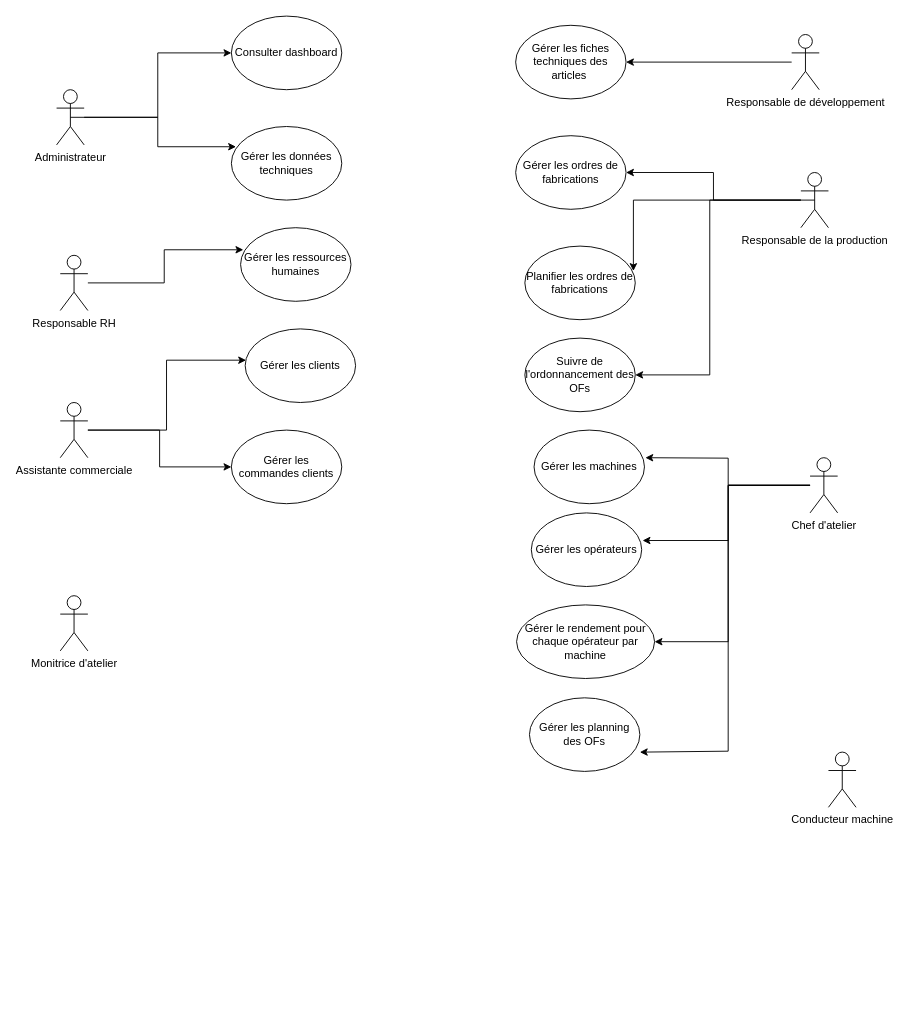
AbdelazizBs/GPAO-SpringApp keeps this draw.io diagram as Diagramme_CasUtilisation.drawio. Above is the earlier version. Source tidied: cells renumbered, new cells numbered last; positions are measured from the earlier drawing's top-left corner, leaving out a move shared by most shapes. Both pictures are drawn from the tidied source at 92%, with x=0, y=0 at pixel (56, 16).
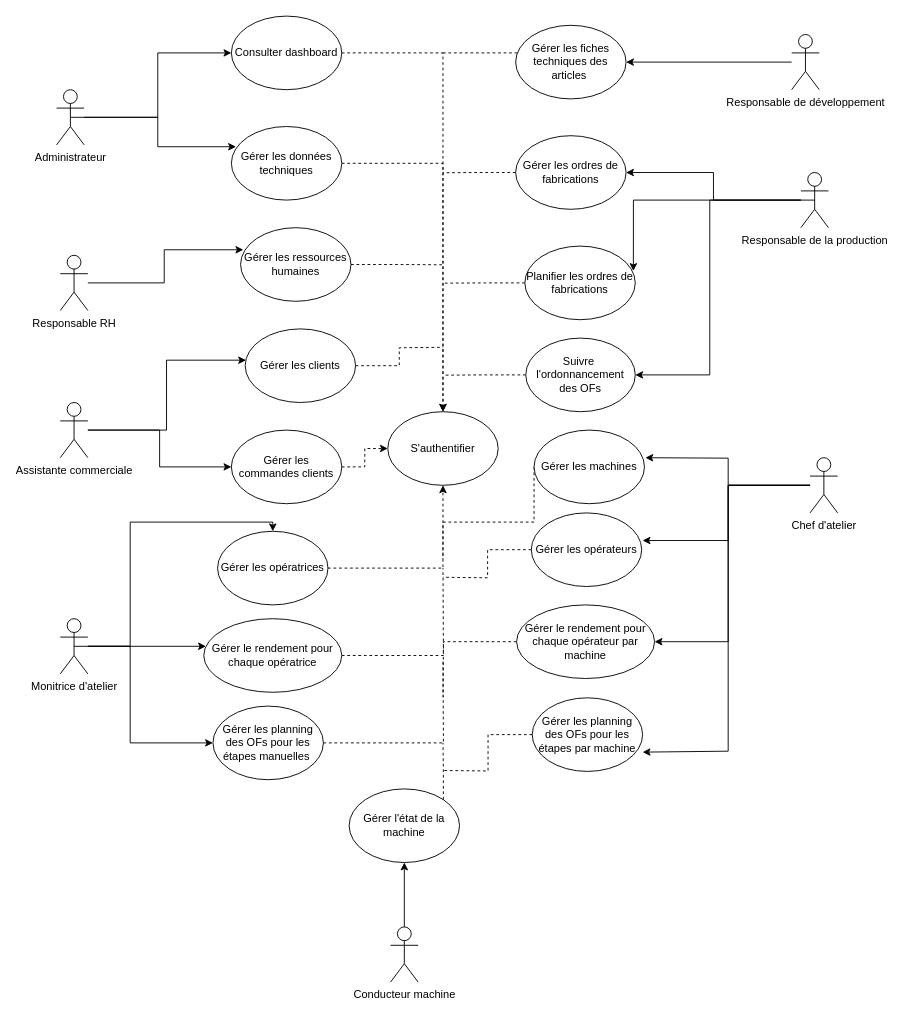
The same page after the edit.

Commit message (it also covers changes not shown here):
Mettre à jour Diagramme_CasUtilisation.drawio

Unchanged cells that the change refers to:
```xml
<mxCell id="20" value="Consulter dashboard" style="ellipse;whiteSpace=wrap;html=1;" parent="1" vertex="1">
  <mxGeometry x="190" width="120" height="80" as="geometry" />
</mxCell>
<mxCell id="24" value="Gérer les données techniques" style="ellipse;whiteSpace=wrap;html=1;" parent="1" vertex="1">
  <mxGeometry x="190" y="120" width="120" height="80" as="geometry" />
</mxCell>
<mxCell id="25" value="Gérer les ressources humaines" style="ellipse;whiteSpace=wrap;html=1;" parent="1" vertex="1">
  <mxGeometry x="200" y="230" width="120" height="80" as="geometry" />
</mxCell>
<mxCell id="26" value="Gérer les clients" style="ellipse;whiteSpace=wrap;html=1;" parent="1" vertex="1">
  <mxGeometry x="205" y="340" width="120" height="80" as="geometry" />
</mxCell>
<mxCell id="27" value="Gérer les commandes clients" style="ellipse;whiteSpace=wrap;html=1;" parent="1" vertex="1">
  <mxGeometry x="190" y="450" width="120" height="80" as="geometry" />
</mxCell>
<mxCell id="28" value="Gérer les fiches techniques des articles&amp;nbsp;" style="ellipse;whiteSpace=wrap;html=1;" parent="1" vertex="1">
  <mxGeometry x="499" y="10" width="120" height="80" as="geometry" />
</mxCell>
<mxCell id="29" value="Gérer les ordres de fabrications" style="ellipse;whiteSpace=wrap;html=1;" parent="1" vertex="1">
  <mxGeometry x="499" y="130" width="120" height="80" as="geometry" />
</mxCell>
<mxCell id="30" value="Planifier les ordres de fabrications" style="ellipse;whiteSpace=wrap;html=1;" parent="1" vertex="1">
  <mxGeometry x="509" y="250" width="120" height="80" as="geometry" />
</mxCell>
<mxCell id="32" value="Gérer les machines" style="ellipse;whiteSpace=wrap;html=1;" parent="1" vertex="1">
  <mxGeometry x="519" y="450" width="120" height="80" as="geometry" />
</mxCell>
<mxCell id="34" value="Gérer les opérateurs" style="ellipse;whiteSpace=wrap;html=1;" parent="1" vertex="1">
  <mxGeometry x="516" y="540" width="120" height="80" as="geometry" />
</mxCell>
<mxCell id="35" value="Gérer le rendement pour chaque opérateur par machine" style="ellipse;whiteSpace=wrap;html=1;" parent="1" vertex="1">
  <mxGeometry x="500" y="640" width="150" height="80" as="geometry" />
</mxCell>
```

Change to the diagram source:
```diff
@@
+    <mxCell id="36" style="edgeStyle=orthogonalEdgeStyle;rounded=0;jettySize=auto;html=1;entryX=0.5;entryY=1;entryDx=0;entryDy=0;" parent="1" edge="1" source="18" target="54">
+      <mxGeometry relative="1" as="geometry" />
+    </mxCell>
     <mxCell id="18" value="Conducteur machine" style="shape=umlActor;verticalLabelPosition=bottom;verticalAlign=top;html=1;outlineConnect=0;" parent="1" vertex="1">
-      <mxGeometry x="839" y="800" width="30" height="60" as="geometry" />
+      <mxGeometry x="363" y="990" width="30" height="60" as="geometry" />
     </mxCell>
+    <mxCell id="37" style="edgeStyle=orthogonalEdgeStyle;rounded=0;jettySize=auto;html=1;" parent="1" edge="1" source="19" target="56">
+      <mxGeometry relative="1" as="geometry">
+        <Array as="points">
+          <mxPoint x="80" y="685" />
+          <mxPoint x="80" y="550" />
+          <mxPoint x="235" y="550" />
+        </Array>
+      </mxGeometry>
+    </mxCell>
+    <mxCell id="38" style="edgeStyle=orthogonalEdgeStyle;rounded=0;jettySize=auto;html=1;exitX=0.5;exitY=0.5;exitDx=0;exitDy=0;exitPerimeter=0;" parent="1" edge="1" source="19" target="60">
+      <mxGeometry relative="1" as="geometry">
+        <Array as="points">
+          <mxPoint x="120" y="685" />
+          <mxPoint x="120" y="685" />
+        </Array>
+      </mxGeometry>
+    </mxCell>
+    <mxCell id="39" style="edgeStyle=orthogonalEdgeStyle;rounded=0;jettySize=auto;html=1;entryX=0;entryY=0.5;entryDx=0;entryDy=0;" parent="1" edge="1" source="19" target="58">
+      <mxGeometry relative="1" as="geometry">
+        <Array as="points">
+          <mxPoint x="80" y="685" />
+          <mxPoint x="80" y="790" />
+        </Array>
+      </mxGeometry>
+    </mxCell>
     <mxCell id="19" value="Monitrice d'atelier" style="shape=umlActor;verticalLabelPosition=bottom;verticalAlign=top;html=1;outlineConnect=0;" parent="1" vertex="1">
-      <mxGeometry x="4" y="630" width="30" height="60" as="geometry" />
+      <mxGeometry x="4" y="655" width="30" height="60" as="geometry" />
     </mxCell>
+    <mxCell id="40" style="edgeStyle=orthogonalEdgeStyle;rounded=0;jettySize=auto;html=1;dashed=1;" parent="1" edge="1" source="20" target="61">
+      <mxGeometry relative="1" as="geometry" />
+    </mxCell>
@@
+    <mxCell id="41" style="edgeStyle=orthogonalEdgeStyle;rounded=0;jettySize=auto;html=1;dashed=1;entryX=0.5;entryY=0;entryDx=0;entryDy=0;" parent="1" edge="1" source="24" target="61">
+      <mxGeometry relative="1" as="geometry" />
+    </mxCell>
@@
+    <mxCell id="42" style="edgeStyle=orthogonalEdgeStyle;jettySize=auto;html=1;exitX=1;exitY=0.5;exitDx=0;exitDy=0;dashed=1;strokeColor=default;rounded=0;endArrow=none;endFill=0;" parent="1" edge="1" source="25">
+      <mxGeometry relative="1" as="geometry">
+        <mxPoint x="420" y="270.3" as="targetPoint" />
+      </mxGeometry>
+    </mxCell>
@@
+    <mxCell id="43" style="edgeStyle=orthogonalEdgeStyle;rounded=0;jettySize=auto;html=1;exitX=1;exitY=0.5;exitDx=0;exitDy=0;dashed=1;strokeColor=default;endArrow=none;endFill=0;" parent="1" edge="1" source="26">
+      <mxGeometry relative="1" as="geometry">
+        <mxPoint x="420" y="360" as="targetPoint" />
+      </mxGeometry>
+    </mxCell>
@@
+    <mxCell id="44" style="edgeStyle=orthogonalEdgeStyle;rounded=0;jettySize=auto;html=1;entryX=0;entryY=0.5;entryDx=0;entryDy=0;dashed=1;strokeColor=default;endArrow=classic;endFill=1;" parent="1" edge="1" source="27" target="61">
+      <mxGeometry relative="1" as="geometry" />
+    </mxCell>
@@
+    <mxCell id="45" style="edgeStyle=orthogonalEdgeStyle;rounded=0;jettySize=auto;html=1;dashed=1;strokeColor=default;endArrow=none;endFill=0;" parent="1" edge="1" source="28">
+      <mxGeometry relative="1" as="geometry">
+        <mxPoint x="420" y="40" as="targetPoint" />
+        <Array as="points">
+          <mxPoint x="480" y="40" />
+          <mxPoint x="480" y="40" />
+        </Array>
+      </mxGeometry>
+    </mxCell>
@@
+    <mxCell id="46" style="edgeStyle=orthogonalEdgeStyle;rounded=0;jettySize=auto;html=1;exitX=0;exitY=0.5;exitDx=0;exitDy=0;dashed=1;strokeColor=default;endArrow=none;endFill=0;" parent="1" edge="1" source="29">
+      <mxGeometry relative="1" as="geometry">
+        <mxPoint x="420" y="170.3" as="targetPoint" />
+      </mxGeometry>
+    </mxCell>
@@
+    <mxCell id="47" style="edgeStyle=orthogonalEdgeStyle;rounded=0;jettySize=auto;html=1;exitX=0;exitY=0.5;exitDx=0;exitDy=0;dashed=1;strokeColor=default;endArrow=none;endFill=0;" parent="1" edge="1" source="30">
+      <mxGeometry relative="1" as="geometry">
+        <mxPoint x="420" y="290.3" as="targetPoint" />
+      </mxGeometry>
+    </mxCell>
@@
+    <mxCell id="48" style="edgeStyle=orthogonalEdgeStyle;rounded=0;jettySize=auto;html=1;exitX=0;exitY=0.5;exitDx=0;exitDy=0;dashed=1;strokeColor=default;endArrow=none;endFill=0;" parent="1" edge="1" source="31">
+      <mxGeometry relative="1" as="geometry">
+        <mxPoint x="420" y="390.3" as="targetPoint" />
+      </mxGeometry>
+    </mxCell>
-    <mxCell id="31" value="Suivre de l'ordonnancement des OFs" style="ellipse;whiteSpace=wrap;html=1;" parent="1" vertex="1">
-      <mxGeometry x="509" y="350" width="120" height="80" as="geometry" />
+    <mxCell id="31" value="Suivre&amp;nbsp; l'ordonnancement des OFs" style="ellipse;whiteSpace=wrap;html=1;" parent="1" vertex="1">
+      <mxGeometry x="510" y="350" width="119" height="80" as="geometry" />
     </mxCell>
+    <mxCell id="49" style="edgeStyle=orthogonalEdgeStyle;rounded=0;jettySize=auto;html=1;exitX=0;exitY=0.5;exitDx=0;exitDy=0;dashed=1;strokeColor=default;endArrow=none;endFill=0;" parent="1" edge="1" source="32">
+      <mxGeometry relative="1" as="geometry">
+        <mxPoint x="420" y="590" as="targetPoint" />
+        <Array as="points">
+          <mxPoint x="519" y="550" />
+          <mxPoint x="420" y="550" />
+        </Array>
+      </mxGeometry>
+    </mxCell>
@@
+    <mxCell id="50" style="edgeStyle=orthogonalEdgeStyle;rounded=0;jettySize=auto;html=1;dashed=1;strokeColor=default;endArrow=none;endFill=0;" parent="1" edge="1" source="33">
+      <mxGeometry relative="1" as="geometry">
+        <mxPoint x="420" y="820" as="targetPoint" />
+      </mxGeometry>
+    </mxCell>
-    <mxCell id="33" value="Gérer les planning des OFs" style="ellipse;whiteSpace=wrap;html=1;" parent="1" vertex="1">
-      <mxGeometry x="514" y="741" width="120" height="80" as="geometry" />
+    <mxCell id="33" value="Gérer les planning des OFs pour les étapes par machine" style="ellipse;whiteSpace=wrap;html=1;" parent="1" vertex="1">
+      <mxGeometry x="517" y="741" width="120" height="80" as="geometry" />
     </mxCell>
+    <mxCell id="51" style="edgeStyle=orthogonalEdgeStyle;rounded=0;jettySize=auto;html=1;dashed=1;strokeColor=default;endArrow=none;endFill=0;" parent="1" edge="1" source="34">
+      <mxGeometry relative="1" as="geometry">
+        <mxPoint x="420" y="610" as="targetPoint" />
+      </mxGeometry>
+    </mxCell>
@@
+    <mxCell id="52" style="edgeStyle=orthogonalEdgeStyle;rounded=0;jettySize=auto;html=1;dashed=1;strokeColor=default;endArrow=none;endFill=0;" parent="1" edge="1" source="35">
+      <mxGeometry relative="1" as="geometry">
+        <mxPoint x="420" y="740" as="targetPoint" />
+      </mxGeometry>
+    </mxCell>
@@
+    <mxCell id="53" style="edgeStyle=orthogonalEdgeStyle;rounded=0;jettySize=auto;html=1;exitX=1;exitY=0;exitDx=0;exitDy=0;dashed=1;strokeColor=default;endArrow=none;endFill=0;" parent="1" edge="1" source="54">
+      <mxGeometry relative="1" as="geometry">
+        <mxPoint x="420" y="790" as="targetPoint" />
+      </mxGeometry>
+    </mxCell>
+    <mxCell id="54" value="Gérer l'état de la machine" style="ellipse;whiteSpace=wrap;html=1;" parent="1" vertex="1">
+      <mxGeometry x="318" y="840" width="120" height="80" as="geometry" />
+    </mxCell>
+    <mxCell id="55" style="edgeStyle=orthogonalEdgeStyle;rounded=0;jettySize=auto;html=1;exitX=1;exitY=0.5;exitDx=0;exitDy=0;dashed=1;strokeColor=default;endArrow=classic;endFill=1;entryX=0.5;entryY=1;entryDx=0;entryDy=0;" parent="1" edge="1" source="56" target="61">
+      <mxGeometry relative="1" as="geometry" />
+    </mxCell>
+    <mxCell id="56" value="Gérer les opératrices" style="ellipse;whiteSpace=wrap;html=1;" parent="1" vertex="1">
+      <mxGeometry x="175" y="560" width="120" height="80" as="geometry" />
+    </mxCell>
+    <mxCell id="57" style="edgeStyle=orthogonalEdgeStyle;rounded=0;jettySize=auto;html=1;dashed=1;strokeColor=default;endArrow=none;endFill=0;" parent="1" edge="1" source="58">
+      <mxGeometry relative="1" as="geometry">
+        <mxPoint x="420" y="700" as="targetPoint" />
+      </mxGeometry>
+    </mxCell>
+    <mxCell id="58" value="Gérer les planning des OFs pour les étapes manuelles&amp;nbsp;" style="ellipse;whiteSpace=wrap;html=1;" parent="1" vertex="1">
+      <mxGeometry x="170" y="750" width="120" height="80" as="geometry" />
+    </mxCell>
+    <mxCell id="59" style="edgeStyle=orthogonalEdgeStyle;rounded=0;jettySize=auto;html=1;exitX=1;exitY=0.5;exitDx=0;exitDy=0;dashed=1;strokeColor=default;endArrow=none;endFill=0;" parent="1" edge="1" source="60">
+      <mxGeometry relative="1" as="geometry">
+        <mxPoint x="420" y="600" as="targetPoint" />
+      </mxGeometry>
+    </mxCell>
+    <mxCell id="60" value="Gérer le rendement pour chaque opératrice" style="ellipse;whiteSpace=wrap;html=1;" parent="1" vertex="1">
+      <mxGeometry x="160" y="655" width="150" height="80" as="geometry" />
+    </mxCell>
+    <mxCell id="61" value="S'authentifier" style="ellipse;whiteSpace=wrap;html=1;" parent="1" vertex="1">
+      <mxGeometry x="360" y="430" width="120" height="80" as="geometry" />
+    </mxCell>
```
